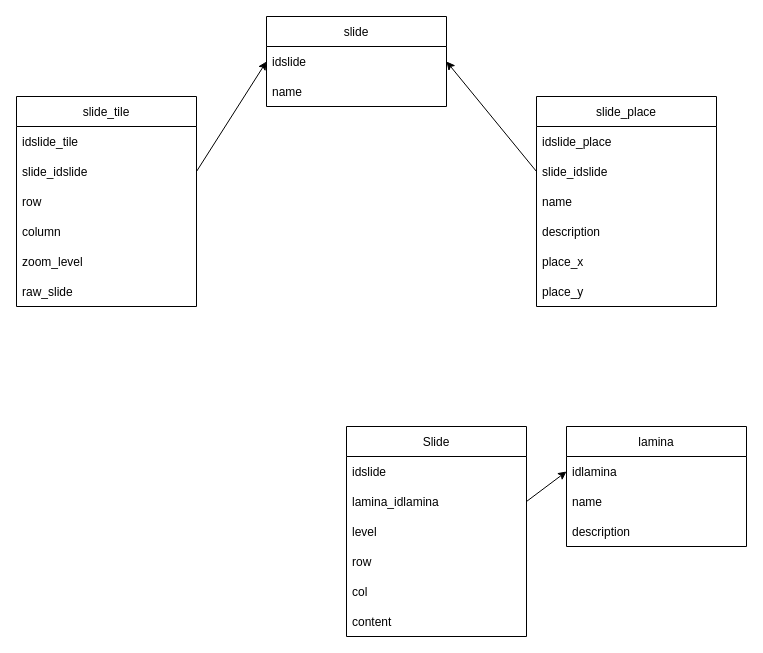
FernandoHRocha/histologia-backend keeps this draw.io diagram as schema/schema.drawio. Above is the earlier version. Source tidied: cells renumbered, new cells numbered last; positions are measured from the earlier drawing's top-left corner, leaving out a move shared by most shapes. Both pictures are drawn from the tidied source at 100%, with x=0, y=0 at pixel (16, 16).
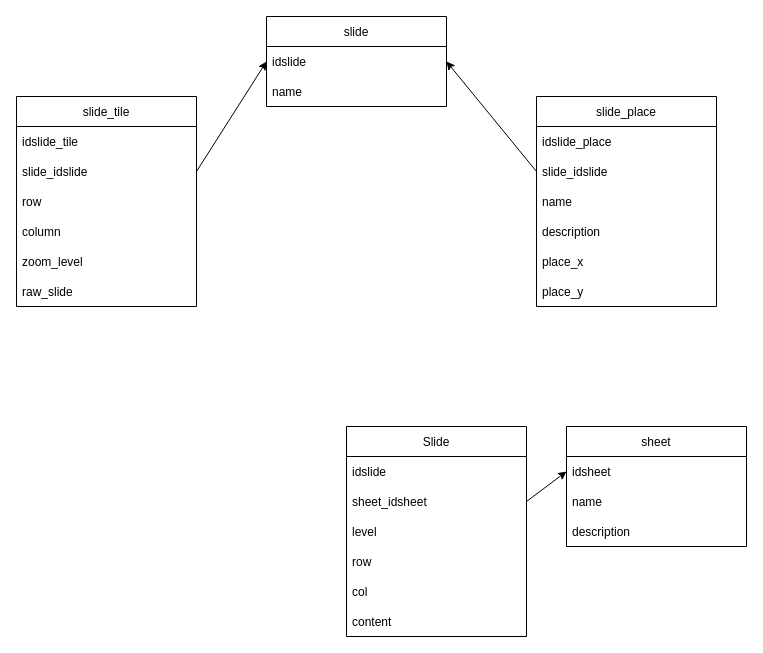
The same page after the edit.

Unchanged cells that the change refers to:
```xml
<mxCell id="21" value="Slide" style="swimlane;fontStyle=0;horizontal=1;startSize=30;" parent="1" vertex="1">
  <mxGeometry x="330" y="410" width="180" height="210" as="geometry" />
</mxCell>
```

What changed in the source:
```diff
@@
-    <mxCell id="23" value="lamina_idlamina" style="text;strokeColor=none;fillColor=none;align=left;verticalAlign=middle;spacingLeft=4;spacingRight=4;overflow=hidden;points=[[0,0.5],[1,0.5]];portConstraint=eastwest;" parent="21" vertex="1">
+    <mxCell id="23" value="sheet_idsheet" style="text;strokeColor=none;fillColor=none;align=left;verticalAlign=middle;spacingLeft=4;spacingRight=4;overflow=hidden;points=[[0,0.5],[1,0.5]];portConstraint=eastwest;" parent="21" vertex="1">
       <mxGeometry y="60" width="180" height="30" as="geometry" />
     </mxCell>
@@
-    <mxCell id="28" value="lamina" style="swimlane;fontStyle=0;horizontal=1;startSize=30;" parent="1" vertex="1">
+    <mxCell id="28" value="sheet" style="swimlane;fontStyle=0;horizontal=1;startSize=30;" parent="1" vertex="1">
       <mxGeometry x="550" y="410" width="180" height="120" as="geometry" />
     </mxCell>
-    <mxCell id="29" value="idlamina" style="text;strokeColor=none;fillColor=none;align=left;verticalAlign=middle;spacingLeft=4;spacingRight=4;overflow=hidden;points=[[0,0.5],[1,0.5]];portConstraint=eastwest;" parent="28" vertex="1">
+    <mxCell id="29" value="idsheet" style="text;strokeColor=none;fillColor=none;align=left;verticalAlign=middle;spacingLeft=4;spacingRight=4;overflow=hidden;points=[[0,0.5],[1,0.5]];portConstraint=eastwest;" parent="28" vertex="1">
       <mxGeometry y="30" width="180" height="30" as="geometry" />
     </mxCell>
```
